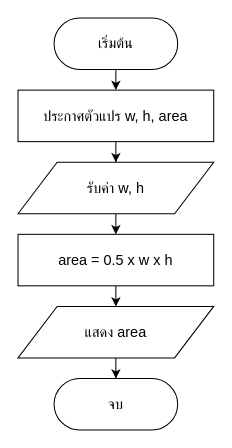
Above: tri_area.drawio in sivarak/flowchart (draw.io), before the change. Source tidied: cells renumbered, new cells numbered last; positions are measured from the earlier drawing's top-left corner, leaving out a move shared by most shapes. Both pictures are drawn from the tidied source at 103%, with x=0, y=0 at pixel (18, 18).
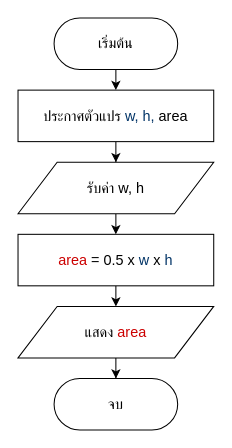
The same page after the edit.

Diff of the diagram source:
```diff
@@
 <mxGraphModel>
   <root>
     <mxCell id="0" />
     <mxCell id="1" parent="0" />
     <mxCell id="2" style="edgeStyle=orthogonalEdgeStyle;rounded=0;jettySize=auto;html=1;exitX=0.5;exitY=1;exitDx=0;exitDy=0;entryX=0.5;entryY=0;entryDx=0;entryDy=0;" parent="1" edge="1" source="3" target="5">
       <mxGeometry relative="1" as="geometry" />
     </mxCell>
     <mxCell id="3" value="&lt;font face=&quot;Kanit&quot; style=&quot;font-size: 14px&quot;&gt;เริ่มต้น&lt;/font&gt;" style="rounded=1;whiteSpace=wrap;html=1;arcSize=50;" parent="1" vertex="1">
       <mxGeometry x="35" width="120" height="50" as="geometry" />
     </mxCell>
     <mxCell id="4" style="edgeStyle=orthogonalEdgeStyle;rounded=0;jettySize=auto;html=1;exitX=0.5;exitY=1;exitDx=0;exitDy=0;" parent="1" edge="1" source="5" target="7">
       <mxGeometry relative="1" as="geometry" />
     </mxCell>
-    <mxCell id="5" value="&lt;font face=&quot;Kanit&quot; style=&quot;font-size: 14px&quot;&gt;ประกาศตัวแปร w, h, area&lt;/font&gt;" style="rounded=0;whiteSpace=wrap;html=1;" parent="1" vertex="1">
+    <mxCell id="5" value="&lt;font face=&quot;Kanit&quot; style=&quot;font-size: 14px&quot;&gt;ประกาศตัวแปร &lt;font color=&quot;#003366&quot;&gt;w, h,&lt;/font&gt; area&lt;/font&gt;" style="rounded=0;whiteSpace=wrap;html=1;" parent="1" vertex="1">
       <mxGeometry y="70" width="190" height="50" as="geometry" />
     </mxCell>
     <mxCell id="6" style="edgeStyle=orthogonalEdgeStyle;rounded=0;jettySize=auto;html=1;exitX=0.5;exitY=1;exitDx=0;exitDy=0;entryX=0.5;entryY=0;entryDx=0;entryDy=0;" parent="1" edge="1" source="7" target="9">
       <mxGeometry relative="1" as="geometry" />
     </mxCell>
     <mxCell id="7" value="&lt;font style=&quot;font-size: 14px&quot;&gt;รับค่า w, h&lt;/font&gt;" style="shape=parallelogram;perimeter=parallelogramPerimeter;whiteSpace=wrap;html=1;fontFamily=Kanit;FType=g;" parent="1" vertex="1">
       <mxGeometry y="140" width="190" height="50" as="geometry" />
     </mxCell>
     <mxCell id="8" style="edgeStyle=orthogonalEdgeStyle;rounded=0;jettySize=auto;html=1;exitX=0.5;exitY=1;exitDx=0;exitDy=0;entryX=0.5;entryY=0;entryDx=0;entryDy=0;" parent="1" edge="1" source="9" target="11">
       <mxGeometry relative="1" as="geometry" />
     </mxCell>
-    <mxCell id="9" value="&lt;font face=&quot;Kanit&quot; style=&quot;font-size: 14px&quot;&gt;area = 0.5 x w x h&lt;/font&gt;" style="rounded=0;whiteSpace=wrap;html=1;" parent="1" vertex="1">
+    <mxCell id="9" value="&lt;font face=&quot;Kanit&quot; style=&quot;font-size: 14px&quot;&gt;&lt;font color=&quot;#cc0000&quot;&gt;area&lt;/font&gt; = 0.5 x &lt;font color=&quot;#003366&quot;&gt;w&lt;/font&gt; x &lt;font color=&quot;#003366&quot;&gt;h&lt;/font&gt;&lt;/font&gt;" style="rounded=0;whiteSpace=wrap;html=1;" parent="1" vertex="1">
       <mxGeometry y="210" width="190" height="50" as="geometry" />
     </mxCell>
     <mxCell id="10" style="edgeStyle=orthogonalEdgeStyle;rounded=0;jettySize=auto;html=1;exitX=0.5;exitY=1;exitDx=0;exitDy=0;" parent="1" edge="1" source="11" target="12">
       <mxGeometry relative="1" as="geometry" />
     </mxCell>
-    <mxCell id="11" value="&lt;span style=&quot;font-size: 14px&quot;&gt;แสดง area&lt;/span&gt;" style="shape=parallelogram;perimeter=parallelogramPerimeter;whiteSpace=wrap;html=1;fontFamily=Kanit;FType=g;" parent="1" vertex="1">
+    <mxCell id="11" value="&lt;span style=&quot;font-size: 14px&quot;&gt;แสดง &lt;font color=&quot;#cc0000&quot;&gt;area&lt;/font&gt;&lt;/span&gt;" style="shape=parallelogram;perimeter=parallelogramPerimeter;whiteSpace=wrap;html=1;fontFamily=Kanit;FType=g;" parent="1" vertex="1">
       <mxGeometry y="280" width="190" height="50" as="geometry" />
     </mxCell>
-    <mxCell id="12" value="&lt;font face=&quot;Kanit&quot;&gt;&lt;span style=&quot;font-size: 14px&quot;&gt;จบ&lt;/span&gt;&lt;/font&gt;" style="rounded=1;whiteSpace=wrap;html=1;arcSize=50;" parent="1" vertex="1">
+    <mxCell id="12" value="&lt;font face=&quot;Kanit&quot; style=&quot;font-size: 14px&quot;&gt;จบ&lt;/font&gt;" style="rounded=1;whiteSpace=wrap;html=1;arcSize=50;" parent="1" vertex="1">
       <mxGeometry x="35" y="350" width="120" height="50" as="geometry" />
     </mxCell>
   </root>
 </mxGraphModel>
```
